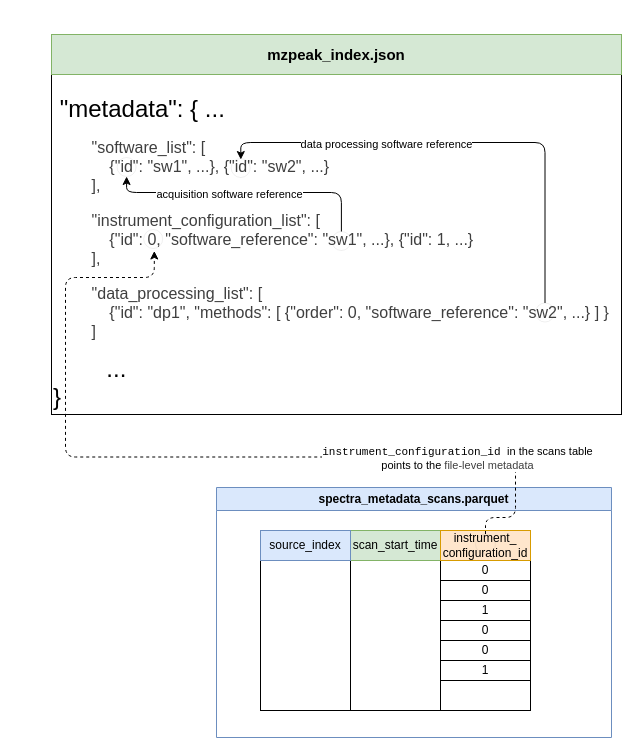
Earlier version of the draw.io diagram docs/assets/img/index-relation.drawio (HUPO-PSI/mzPeak-specification). Source tidied: cells renumbered, new cells numbered last; positions are measured from the earlier drawing's top-left corner, leaving out a move shared by most shapes. Both pictures are drawn from the tidied source at 100%, with x=0, y=0 at pixel (51, 34).
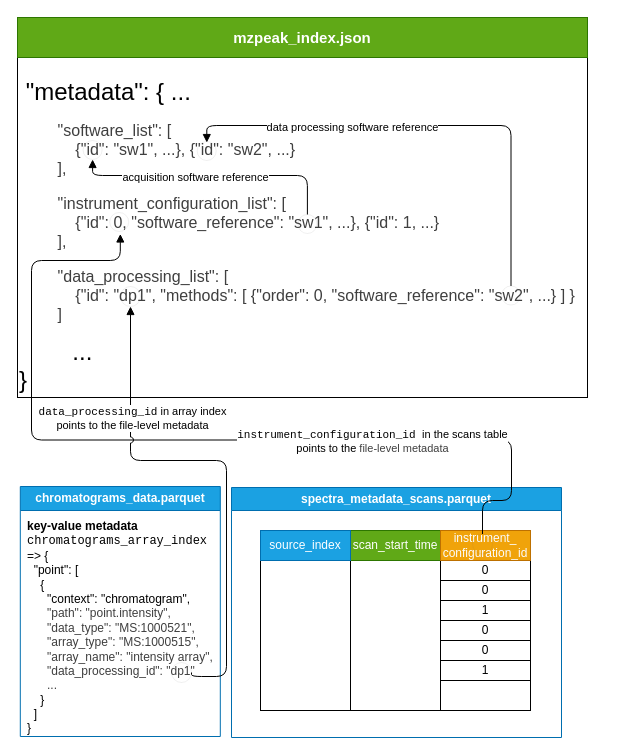
After the change.

The change refers to these unchanged cells:
```xml
<mxCell id="8" style="ellipse;whiteSpace=wrap;html=1;shapeInside=1;fillColor=none;fontColor=#333333;strokeColor=#666666;strokeWidth=0.1;" parent="2" vertex="1">
  <mxGeometry x="65.6" y="123" width="19" height="19" as="geometry" />
</mxCell>
<mxCell id="9" style="ellipse;whiteSpace=wrap;html=1;shapeInside=1;fillColor=none;fontColor=#333333;strokeColor=#666666;strokeWidth=0.1;" parent="2" vertex="1">
  <mxGeometry x="179.7" y="124" width="19" height="19" as="geometry" />
</mxCell>
<mxCell id="12" style="ellipse;whiteSpace=wrap;html=1;shapeInside=1;fillColor=none;fontColor=#333333;strokeColor=#666666;strokeWidth=0.1;" parent="2" vertex="1">
  <mxGeometry x="280.4" y="197" width="19" height="19" as="geometry" />
</mxCell>
<mxCell id="15" style="ellipse;whiteSpace=wrap;html=1;shapeInside=1;fillColor=none;fontColor=#333333;strokeColor=#666666;strokeWidth=0.1;" parent="2" vertex="1">
  <mxGeometry x="484" y="268.5" width="19" height="19" as="geometry" />
</mxCell>
<mxCell id="16" style="ellipse;whiteSpace=wrap;html=1;shapeInside=1;fillColor=none;fontColor=#333333;strokeColor=#666666;strokeWidth=0.1;" parent="2" vertex="1">
  <mxGeometry x="92.2" y="195" width="19" height="19" as="geometry" />
</mxCell>
```

What changed in the source:
```diff
@@
-    <mxCell id="2" style="group;" parent="1" vertex="1">
-      <mxGeometry width="570" height="380" as="geometry" />
+    <mxCell id="2" style="group;fillColor=#60a917;fontColor=#ffffff;strokeColor=#2D7600;" parent="1" vertex="1">
+      <mxGeometry x="-34" y="-17" width="570" height="380" as="geometry" />
     </mxCell>
@@
-    <mxCell id="4" value="&lt;b&gt;&lt;font style=&quot;font-size: 15px;&quot;&gt;mzpeak_index.json&lt;/font&gt;&lt;/b&gt;" style="whiteSpace=wrap;html=1;fillColor=#d5e8d4;strokeColor=#82b366;" parent="2" vertex="1">
+    <mxCell id="4" value="&lt;b&gt;&lt;font style=&quot;font-size: 15px; color: light-dark(rgb(255, 255, 255), rgb(237, 237, 237));&quot;&gt;mzpeak_index.json&lt;/font&gt;&lt;/b&gt;" style="whiteSpace=wrap;html=1;fillColor=#60a917;strokeColor=#2D7600;fontColor=#ffffff;" parent="2" vertex="1">
       <mxGeometry width="570" height="40" as="geometry" />
     </mxCell>
@@
-    <mxCell id="10" style="edgeStyle=elbowEdgeStyle;html=1;exitX=0.5;exitY=0;exitDx=0;exitDy=0;entryX=0.5;entryY=1;entryDx=0;entryDy=0;elbow=vertical;" parent="2" edge="1" source="12" target="8">
+    <mxCell id="10" style="edgeStyle=elbowEdgeStyle;html=1;exitX=0.5;exitY=0;exitDx=0;exitDy=0;entryX=0.5;entryY=1;entryDx=0;entryDy=0;elbow=vertical;endArrow=block;endFill=1;" parent="2" edge="1" source="12" target="8">
       <mxGeometry relative="1" as="geometry">
         <Array as="points">
           <mxPoint x="180.2" y="158" />
         </Array>
       </mxGeometry>
     </mxCell>
@@
-    <mxCell id="13" style="edgeStyle=orthogonalEdgeStyle;html=1;exitX=0.5;exitY=0;exitDx=0;exitDy=0;entryX=0.506;entryY=0.054;entryDx=0;entryDy=0;entryPerimeter=0;" parent="2" edge="1" source="15" target="9">
+    <mxCell id="13" style="edgeStyle=orthogonalEdgeStyle;html=1;exitX=0.5;exitY=0;exitDx=0;exitDy=0;entryX=0.506;entryY=0.054;entryDx=0;entryDy=0;entryPerimeter=0;endArrow=block;endFill=1;" parent="2" edge="1" source="15" target="9">
       <mxGeometry relative="1" as="geometry">
         <Array as="points">
           <mxPoint x="493.5" y="108" />
           <mxPoint x="189.3" y="108" />
         </Array>
       </mxGeometry>
     </mxCell>
@@
-    <mxCell id="17" value="spectra_metadata_scans.parquet" style="swimlane;whiteSpace=wrap;html=1;fillColor=#dae8fc;strokeColor=#6c8ebf;" parent="1" vertex="1">
-      <mxGeometry x="165" y="453" width="395" height="250" as="geometry" />
+    <mxCell id="17" value="spectra_metadata_scans.parquet" style="swimlane;whiteSpace=wrap;html=1;fillColor=#1ba1e2;strokeColor=#006EAF;fontColor=#ffffff;" parent="1" vertex="1">
+      <mxGeometry x="180" y="453" width="330" height="250" as="geometry" />
     </mxCell>
     <mxCell id="18" style="rounded=0;whiteSpace=wrap;html=1;" parent="17" vertex="1">
-      <mxGeometry x="134" y="70" width="90" height="153" as="geometry" />
+      <mxGeometry x="119" y="70" width="90" height="153" as="geometry" />
     </mxCell>
     <mxCell id="19" style="rounded=0;whiteSpace=wrap;html=1;" parent="17" vertex="1">
-      <mxGeometry x="224" y="70" width="90" height="153" as="geometry" />
+      <mxGeometry x="209" y="70" width="90" height="153" as="geometry" />
     </mxCell>
     <mxCell id="20" value="0" style="rounded=0;whiteSpace=wrap;html=1;" parent="17" vertex="1">
-      <mxGeometry x="224" y="73" width="90" height="20" as="geometry" />
+      <mxGeometry x="209" y="73" width="90" height="20" as="geometry" />
     </mxCell>
     <mxCell id="21" value="0" style="rounded=0;whiteSpace=wrap;html=1;" parent="17" vertex="1">
-      <mxGeometry x="224" y="93" width="90" height="20" as="geometry" />
+      <mxGeometry x="209" y="93" width="90" height="20" as="geometry" />
     </mxCell>
     <mxCell id="22" value="1" style="rounded=0;whiteSpace=wrap;html=1;" parent="17" vertex="1">
-      <mxGeometry x="224" y="113" width="90" height="20" as="geometry" />
+      <mxGeometry x="209" y="113" width="90" height="20" as="geometry" />
     </mxCell>
     <mxCell id="23" value="0" style="rounded=0;whiteSpace=wrap;html=1;" parent="17" vertex="1">
-      <mxGeometry x="224" y="133" width="90" height="20" as="geometry" />
+      <mxGeometry x="209" y="133" width="90" height="20" as="geometry" />
     </mxCell>
     <mxCell id="24" value="0" style="rounded=0;whiteSpace=wrap;html=1;" parent="17" vertex="1">
-      <mxGeometry x="224" y="153" width="90" height="20" as="geometry" />
+      <mxGeometry x="209" y="153" width="90" height="20" as="geometry" />
     </mxCell>
     <mxCell id="25" value="1" style="rounded=0;whiteSpace=wrap;html=1;" parent="17" vertex="1">
-      <mxGeometry x="224" y="173" width="90" height="20" as="geometry" />
+      <mxGeometry x="209" y="173" width="90" height="20" as="geometry" />
     </mxCell>
-    <mxCell id="26" value="scan_start_time" style="rounded=0;whiteSpace=wrap;html=1;fillColor=#d5e8d4;strokeColor=#82b366;" parent="1" vertex="1">
+    <mxCell id="26" value="scan_start_time" style="rounded=0;whiteSpace=wrap;html=1;fillColor=#60a917;strokeColor=#2D7600;fontColor=#ffffff;" parent="1" vertex="1">
       <mxGeometry x="299" y="496" width="90" height="30" as="geometry" />
     </mxCell>
@@
-    <mxCell id="28" value="instrument_&lt;div&gt;configuration_id&lt;/div&gt;" style="rounded=0;whiteSpace=wrap;html=1;fillColor=#ffe6cc;strokeColor=#d79b00;" parent="1" vertex="1">
+    <mxCell id="28" value="&lt;span style=&quot;color: light-dark(rgb(252, 252, 252), rgb(237, 237, 237));&quot;&gt;instrument_&lt;/span&gt;&lt;div&gt;&lt;span style=&quot;color: light-dark(rgb(252, 252, 252), rgb(237, 237, 237));&quot;&gt;configuration_id&lt;/span&gt;&lt;/div&gt;" style="rounded=0;whiteSpace=wrap;html=1;fillColor=#f0a30a;strokeColor=#BD7000;fontColor=#000000;" parent="1" vertex="1">
       <mxGeometry x="389" y="496" width="90" height="30" as="geometry" />
     </mxCell>
     <mxCell id="29" style="ellipse;whiteSpace=wrap;html=1;shapeInside=1;fillColor=none;fontColor=#333333;strokeColor=#666666;strokeWidth=0.1;" parent="1" vertex="1">
-      <mxGeometry x="424" y="499.5" width="20" height="20" as="geometry" />
+      <mxGeometry x="421" y="499.5" width="20" height="20" as="geometry" />
     </mxCell>
-    <mxCell id="30" style="html=1;exitDx=0;exitDy=0;entryDx=0;entryDy=0;jumpStyle=arc;jumpSize=10;edgeStyle=orthogonalEdgeStyle;dashed=1;entryPerimeter=0;entryX=0.558;entryY=1.131;exitX=0.5;exitY=0;" parent="1" edge="1" source="29" target="16">
+    <mxCell id="30" style="html=1;exitDx=0;exitDy=0;entryDx=0;entryDy=0;jumpStyle=arc;jumpSize=10;edgeStyle=orthogonalEdgeStyle;entryPerimeter=0;entryX=0.558;entryY=1.131;exitX=0.5;exitY=0;endArrow=block;endFill=1;" parent="1" edge="1" source="29" target="16">
       <mxGeometry x="-0.01" relative="1" as="geometry">
         <Array as="points">
-          <mxPoint x="434" y="483" />
-          <mxPoint x="464" y="483" />
-          <mxPoint x="464" y="422.5" />
-          <mxPoint x="14" y="422.5" />
-          <mxPoint x="14" y="243" />
-          <mxPoint x="102.8" y="243" />
+          <mxPoint x="431" y="466" />
+          <mxPoint x="460" y="466" />
+          <mxPoint x="460" y="405.5" />
+          <mxPoint x="-20" y="405.5" />
+          <mxPoint x="-20" y="226" />
+          <mxPoint x="68.8" y="226" />
         </Array>
       </mxGeometry>
     </mxCell>
     <mxCell id="31" value="&lt;span style=&quot;scrollbar-color: rgba(78, 86, 102, 0.5) rgb(40, 44, 52); color: rgb(0, 0, 0);&quot;&gt;&lt;font face=&quot;Courier New&quot;&gt;instrument_configuration_id &lt;/font&gt;in the scans table&lt;/span&gt;&lt;div&gt;&lt;span style=&quot;scrollbar-color: rgba(78, 86, 102, 0.5) rgb(40, 44, 52); color: rgb(0, 0, 0);&quot;&gt;points to the &lt;/span&gt;&lt;span style=&quot;color: rgb(63, 63, 63); scrollbar-color: rgba(78, 86, 102, 0.5) rgb(40, 44, 52);&quot;&gt;file-level metadata&lt;/span&gt;&lt;/div&gt;" style="edgeLabel;html=1;align=center;verticalAlign=middle;" parent="30" vertex="1">
-      <mxGeometry x="-0.61" y="1" relative="1" as="geometry" />
+      <mxGeometry x="-0.62" y="1" relative="1" as="geometry">
+        <mxPoint x="-92" as="offset" />
+      </mxGeometry>
     </mxCell>
-    <mxCell id="32" value="source_index" style="rounded=0;whiteSpace=wrap;html=1;fillColor=#dae8fc;strokeColor=#6c8ebf;" parent="1" vertex="1">
+    <mxCell id="32" value="source_index" style="rounded=0;whiteSpace=wrap;html=1;fillColor=#1ba1e2;strokeColor=#006EAF;fontColor=#ffffff;" parent="1" vertex="1">
       <mxGeometry x="209" y="496" width="90" height="30" as="geometry" />
     </mxCell>
+    <mxCell id="33" value="chromatograms_data.parquet" style="swimlane;whiteSpace=wrap;html=1;startSize=24;fillColor=#1ba1e2;strokeColor=#006EAF;fontColor=#ffffff;" parent="1" vertex="1">
+      <mxGeometry x="-31.2" y="452" width="200" height="250" as="geometry" />
+    </mxCell>
+    <mxCell id="34" value="&lt;div&gt;&lt;font face=&quot;Helvetica&quot;&gt;&lt;b&gt;key-value metadata&lt;/b&gt;&lt;/font&gt;&lt;/div&gt;&lt;font face=&quot;Courier New&quot;&gt;chromatograms_array_index &lt;/font&gt;=&amp;gt; {&lt;div&gt;&amp;nbsp; &quot;point&quot;: [&lt;/div&gt;&lt;div&gt;&amp;nbsp; &amp;nbsp; {&lt;br&gt;&lt;/div&gt;&lt;div&gt;&amp;nbsp; &amp;nbsp; &amp;nbsp; &quot;context&quot;: &quot;chromatogram&quot;,&lt;br&gt;&lt;/div&gt;&lt;div&gt;&lt;span style=&quot;color: rgb(63, 63, 63);&quot;&gt;&amp;nbsp; &amp;nbsp; &amp;nbsp; &quot;path&quot;: &quot;point.intensity&quot;,&lt;/span&gt;&lt;/div&gt;&lt;div&gt;&lt;span style=&quot;color: rgb(63, 63, 63);&quot;&gt;&amp;nbsp; &amp;nbsp; &amp;nbsp; &quot;data_type&quot;: &quot;MS:1000521&quot;,&lt;/span&gt;&lt;span style=&quot;color: rgb(63, 63, 63);&quot;&gt;&lt;/span&gt;&lt;/div&gt;&lt;div&gt;&lt;span style=&quot;color: rgb(63, 63, 63);&quot;&gt;&amp;nbsp; &amp;nbsp; &amp;nbsp; &quot;array_type&quot;: &quot;MS:1000515&quot;,&lt;/span&gt;&lt;/div&gt;&lt;div&gt;&lt;span style=&quot;color: rgb(63, 63, 63);&quot;&gt;&amp;nbsp; &amp;nbsp; &amp;nbsp; &quot;array_name&quot;: &quot;intensity array&quot;,&lt;/span&gt;&lt;span style=&quot;color: rgb(63, 63, 63);&quot;&gt;&lt;/span&gt;&lt;/div&gt;&lt;div&gt;&lt;span style=&quot;color: rgb(63, 63, 63);&quot;&gt;&lt;span style=&quot;color: rgb(63, 63, 63);&quot;&gt;&amp;nbsp; &amp;nbsp; &amp;nbsp; &quot;data_processing_id&quot;: &quot;dp1&quot;&lt;/span&gt;&lt;/span&gt;&lt;/div&gt;&lt;div&gt;&lt;span style=&quot;color: rgb(63, 63, 63);&quot;&gt;&lt;span style=&quot;color: rgb(63, 63, 63);&quot;&gt;&lt;span style=&quot;color: rgb(63, 63, 63);&quot;&gt;&amp;nbsp; &amp;nbsp; &amp;nbsp; ...&lt;/span&gt;&lt;/span&gt;&lt;/span&gt;&lt;/div&gt;&lt;div&gt;&amp;nbsp; &amp;nbsp; }&lt;/div&gt;&lt;div&gt;&amp;nbsp; ]&lt;/div&gt;&lt;div&gt;}&lt;/div&gt;" style="text;html=1;whiteSpace=wrap;strokeColor=none;fillColor=none;align=left;verticalAlign=top;rounded=0;" parent="33" vertex="1">
+      <mxGeometry x="5.2" y="26" width="194.8" height="210" as="geometry" />
+    </mxCell>
+    <mxCell id="35" style="ellipse;whiteSpace=wrap;html=1;shapeInside=1;fillColor=none;fontColor=#333333;strokeColor=#666666;strokeWidth=0.1;" parent="33" vertex="1">
+      <mxGeometry x="151.2" y="176" width="20" height="20" as="geometry" />
+    </mxCell>
+    <mxCell id="36" style="edgeStyle=orthogonalEdgeStyle;html=1;exitX=1;exitY=0.5;exitDx=0;exitDy=0;entryX=0.5;entryY=1;entryDx=0;entryDy=0;jumpStyle=arc;spacing=0;endArrow=block;endFill=1;" parent="1" edge="1" source="35" target="38">
+      <mxGeometry x="0.23" relative="1" as="geometry">
+        <Array as="points">
+          <mxPoint x="175" y="642" />
+          <mxPoint x="180" y="426" />
+          <mxPoint x="79" y="426" />
+        </Array>
+      </mxGeometry>
+    </mxCell>
+    <mxCell id="37" value="&lt;font face=&quot;Courier New&quot;&gt;data_processing_id&lt;/font&gt; in array index&lt;div&gt;points to the file-level metadata&lt;/div&gt;" style="edgeLabel;html=1;align=center;verticalAlign=middle;rotation=0;" parent="36" vertex="1">
+      <mxGeometry x="0.34" y="1" relative="1" as="geometry">
+        <mxPoint x="-12" y="-44" as="offset" />
+      </mxGeometry>
+    </mxCell>
+    <mxCell id="38" style="ellipse;whiteSpace=wrap;html=1;shapeInside=1;fillColor=none;fontColor=#333333;strokeColor=#666666;strokeWidth=0.1;" parent="1" vertex="1">
+      <mxGeometry x="69" y="252" width="20" height="20" as="geometry" />
+    </mxCell>
```
